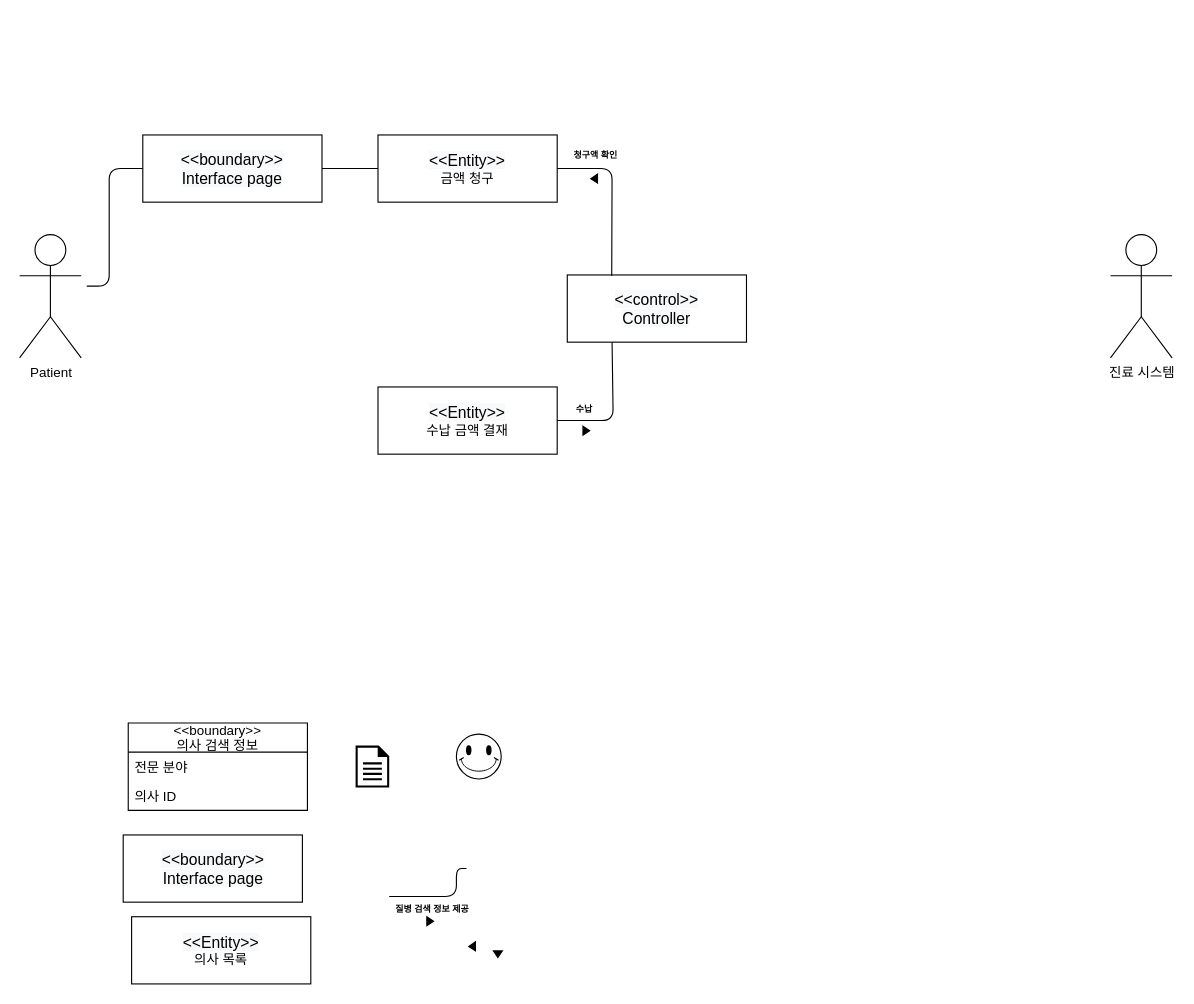
Above: patient/02.domainmodel/domain_model-UC4.drawio in yhb1834/Smart-Health-Prediction-System (draw.io), before the change. Source tidied: cells renumbered, new cells numbered last; positions are measured from the earlier drawing's top-left corner, leaving out a move shared by most shapes. Both pictures are drawn from the tidied source at 112%, with x=0, y=0 at pixel (19, 134).
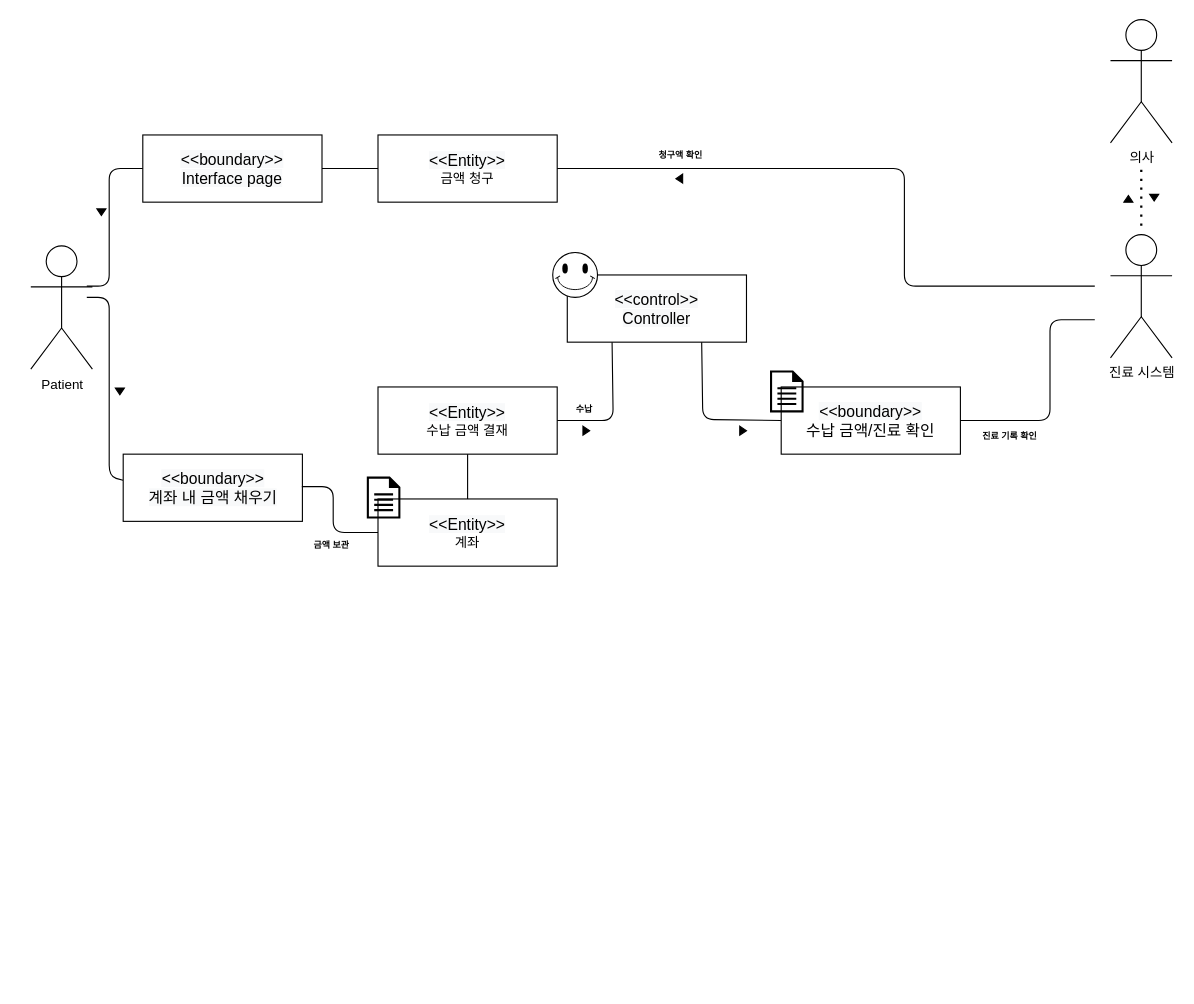
The same diagram, later.

The change refers to these unchanged cells:
```xml
<mxCell id="4" value="&#10;&#10;&lt;span style=&quot;color: rgb(0, 0, 0); font-family: helvetica; font-size: 14px; font-style: normal; font-weight: 400; letter-spacing: normal; text-align: center; text-indent: 0px; text-transform: none; word-spacing: 0px; background-color: rgb(248, 249, 250); display: inline; float: none;&quot;&gt;&amp;lt;&amp;lt;control&amp;gt;&amp;gt;&lt;/span&gt;&lt;br style=&quot;padding: 0px; margin: 0px; color: rgb(0, 0, 0); font-family: helvetica; font-size: 14px; font-style: normal; font-weight: 400; letter-spacing: normal; text-align: center; text-indent: 0px; text-transform: none; word-spacing: 0px; background-color: rgb(248, 249, 250);&quot;&gt;&lt;span style=&quot;color: rgb(0, 0, 0); font-family: helvetica; font-size: 14px; font-style: normal; font-weight: 400; letter-spacing: normal; text-align: center; text-indent: 0px; text-transform: none; word-spacing: 0px; background-color: rgb(248, 249, 250); display: inline; float: none;&quot;&gt;Controller&lt;/span&gt;&#10;&#10;" style="rounded=0;whiteSpace=wrap;html=1;" parent="1" vertex="1">
  <mxGeometry x="489" y="125" width="160" height="60" as="geometry" />
</mxCell>
<mxCell id="17" value="&lt;span style=&quot;color: rgb(0 , 0 , 0) ; font-family: &amp;#34;helvetica&amp;#34; ; font-size: 14px ; font-style: normal ; font-weight: 400 ; letter-spacing: normal ; text-align: center ; text-indent: 0px ; text-transform: none ; word-spacing: 0px ; background-color: rgb(248 , 249 , 250) ; display: inline ; float: none&quot;&gt;&amp;lt;&amp;lt;Entity&amp;gt;&amp;gt;&lt;br&gt;&lt;/span&gt;금액 청구" style="rounded=0;whiteSpace=wrap;html=1;" parent="1" vertex="1">
  <mxGeometry x="320" width="160" height="60" as="geometry" />
</mxCell>
<mxCell id="20" value="&lt;span style=&quot;color: rgb(0 , 0 , 0) ; font-family: &amp;#34;helvetica&amp;#34; ; font-size: 14px ; font-style: normal ; font-weight: 400 ; letter-spacing: normal ; text-align: center ; text-indent: 0px ; text-transform: none ; word-spacing: 0px ; background-color: rgb(248 , 249 , 250) ; display: inline ; float: none&quot;&gt;&amp;lt;&amp;lt;Entity&amp;gt;&amp;gt;&lt;br&gt;&lt;/span&gt;수납 금액 결재" style="rounded=0;whiteSpace=wrap;html=1;" parent="1" vertex="1">
  <mxGeometry x="320" y="225" width="160" height="60" as="geometry" />
</mxCell>
```

The edit, as a diff of the source:
```diff
@@
-    <mxCell id="2" value="Patient" style="shape=umlActor;verticalLabelPosition=bottom;verticalAlign=top;html=1;" parent="1" vertex="1">
-      <mxGeometry y="89" width="55" height="110" as="geometry" />
+    <mxCell id="2" value="의사" style="shape=umlActor;verticalLabelPosition=bottom;verticalAlign=top;html=1;" parent="1" vertex="1">
+      <mxGeometry x="974" y="-103" width="55" height="110" as="geometry" />
     </mxCell>
@@
-    <mxCell id="5" value="&lt;span style=&quot;color: rgb(0 , 0 , 0) ; font-family: &amp;#34;helvetica&amp;#34; ; font-size: 14px ; font-style: normal ; font-weight: 400 ; letter-spacing: normal ; text-align: center ; text-indent: 0px ; text-transform: none ; word-spacing: 0px ; background-color: rgb(248 , 249 , 250) ; display: inline ; float: none&quot;&gt;&amp;lt;&amp;lt;boundary&amp;gt;&amp;gt;&lt;/span&gt;&lt;br style=&quot;padding: 0px ; margin: 0px ; color: rgb(0 , 0 , 0) ; font-family: &amp;#34;helvetica&amp;#34; ; font-size: 14px ; font-style: normal ; font-weight: 400 ; letter-spacing: normal ; text-align: center ; text-indent: 0px ; text-transform: none ; word-spacing: 0px ; background-color: rgb(248 , 249 , 250)&quot;&gt;&lt;span style=&quot;color: rgb(0 , 0 , 0) ; font-family: &amp;#34;helvetica&amp;#34; ; font-size: 14px ; font-style: normal ; font-weight: 400 ; letter-spacing: normal ; text-align: center ; text-indent: 0px ; text-transform: none ; word-spacing: 0px ; background-color: rgb(248 , 249 , 250) ; display: inline ; float: none&quot;&gt;Interface page&lt;/span&gt;" style="rounded=0;whiteSpace=wrap;html=1;" parent="1" vertex="1">
-      <mxGeometry x="92.5" y="625" width="160" height="60" as="geometry" />
-    </mxCell>
-    <mxCell id="6" style="endArrow=none;html=1;exitX=1;exitY=0.5;exitDx=0;exitDy=0;entryX=0;entryY=0.75;entryDx=0;entryDy=0;" parent="1" edge="1">
-      <mxGeometry relative="1" as="geometry">
-        <mxPoint x="330" y="680" as="sourcePoint" />
-        <mxPoint x="399" y="655" as="targetPoint" />
-        <Array as="points">
-          <mxPoint x="390" y="680" />
-          <mxPoint x="390" y="655" />
-        </Array>
-      </mxGeometry>
-    </mxCell>
-    <mxCell id="7" value="질병 검색 정보 제공" style="text;strokeColor=none;fillColor=none;align=left;verticalAlign=top;spacingLeft=4;spacingRight=4;overflow=hidden;fontSize=8;fontStyle=1;" parent="1" vertex="1">
-      <mxGeometry x="330" y="680" width="80" height="20" as="geometry" />
-    </mxCell>
-    <mxCell id="8" style="triangle;whiteSpace=wrap;html=1;fontSize=8;strokeColor=#000000;fillColor=#000000;" parent="1" vertex="1">
-      <mxGeometry x="363.6" y="698" width="6" height="8" as="geometry" />
-    </mxCell>
-    <mxCell id="9" value="&lt;&lt;boundary&gt;&gt;&#10;의사 검색 정보" style="swimlane;fontStyle=0;horizontal=1;startSize=26;fillColor=none;" parent="1" vertex="1">
-      <mxGeometry x="97" y="525" width="160" height="78" as="geometry" />
-    </mxCell>
-    <mxCell id="10" value="전문 분야" style="text;strokeColor=none;fillColor=none;align=left;verticalAlign=top;spacingLeft=4;spacingRight=4;overflow=hidden;" parent="9" vertex="1">
-      <mxGeometry y="26" width="160" height="26" as="geometry" />
-    </mxCell>
-    <mxCell id="11" value="의사 ID" style="text;strokeColor=none;fillColor=none;align=left;verticalAlign=top;spacingLeft=4;spacingRight=4;overflow=hidden;" parent="9" vertex="1">
-      <mxGeometry y="52" width="160" height="26" as="geometry" />
-    </mxCell>
-    <mxCell id="12" style="shadow=0;dashed=0;html=1;strokeColor=none;labelPosition=center;verticalLabelPosition=bottom;verticalAlign=top;align=center;fillColor=#000000;shape=mxgraph.mscae.enterprise.document;" parent="1" vertex="1">
-      <mxGeometry x="300" y="545.2" width="30" height="37.5" as="geometry" />
-    </mxCell>
-    <mxCell id="13" style="verticalLabelPosition=bottom;verticalAlign=top;html=1;shape=mxgraph.basic.smiley;" parent="1" vertex="1">
-      <mxGeometry x="390" y="535" width="40" height="40" as="geometry" />
-    </mxCell>
-    <mxCell id="14" value="&lt;span style=&quot;color: rgb(0 , 0 , 0) ; font-family: &amp;#34;helvetica&amp;#34; ; font-size: 14px ; font-style: normal ; font-weight: 400 ; letter-spacing: normal ; text-align: center ; text-indent: 0px ; text-transform: none ; word-spacing: 0px ; background-color: rgb(248 , 249 , 250) ; display: inline ; float: none&quot;&gt;&amp;lt;&amp;lt;Entity&amp;gt;&amp;gt;&lt;br&gt;&lt;/span&gt;의사 목록" style="rounded=0;whiteSpace=wrap;html=1;" parent="1" vertex="1">
-      <mxGeometry x="100" y="698" width="160" height="60" as="geometry" />
-    </mxCell>
-    <mxCell id="15" style="triangle;whiteSpace=wrap;html=1;fontSize=8;strokeColor=#000000;fillColor=#000000;rotation=90;" parent="1" vertex="1">
-      <mxGeometry x="424" y="727.5" width="6" height="8" as="geometry" />
-    </mxCell>
-    <mxCell id="16" style="triangle;whiteSpace=wrap;html=1;fontSize=8;strokeColor=#000000;fillColor=#000000;rotation=-180;" parent="1" vertex="1">
-      <mxGeometry x="401" y="720.5" width="6" height="8" as="geometry" />
-    </mxCell>
@@
-    <mxCell id="18" style="endArrow=none;html=1;exitX=1;exitY=0.5;exitDx=0;exitDy=0;entryX=0.248;entryY=0.013;entryDx=0;entryDy=0;entryPerimeter=0;" parent="1" edge="1" source="17" target="4">
+    <mxCell id="18" style="endArrow=none;html=1;exitX=1;exitY=0.5;exitDx=0;exitDy=0;" parent="1" edge="1" source="17">
       <mxGeometry relative="1" as="geometry">
+        <mxPoint x="960" y="135" as="targetPoint" />
         <Array as="points">
-          <mxPoint x="529" y="30" />
+          <mxPoint x="790" y="30" />
+          <mxPoint x="790" y="135" />
         </Array>
       </mxGeometry>
     </mxCell>
     <mxCell id="19" style="triangle;whiteSpace=wrap;html=1;fontSize=8;strokeColor=#000000;fillColor=#000000;rotation=-180;" parent="1" vertex="1">
-      <mxGeometry x="510" y="35" width="6" height="8" as="geometry" />
+      <mxGeometry x="586" y="35" width="6" height="8" as="geometry" />
     </mxCell>
@@
     <mxCell id="24" value="청구액 확인" style="text;strokeColor=none;fillColor=none;align=left;verticalAlign=top;spacingLeft=4;spacingRight=4;overflow=hidden;fontSize=8;fontStyle=1;" parent="1" vertex="1">
-      <mxGeometry x="489" y="7" width="53" height="20" as="geometry" />
+      <mxGeometry x="565" y="7" width="53" height="20" as="geometry" />
     </mxCell>
@@
+    <mxCell id="28" style="endArrow=none;html=1;entryX=0.75;entryY=1;entryDx=0;entryDy=0;exitX=0;exitY=0.5;exitDx=0;exitDy=0;" parent="1" edge="1" source="29" target="4">
+      <mxGeometry relative="1" as="geometry">
+        <Array as="points">
+          <mxPoint x="610" y="254" />
+        </Array>
+      </mxGeometry>
+    </mxCell>
+    <mxCell id="29" value="&lt;span style=&quot;color: rgb(0 , 0 , 0) ; font-family: &amp;#34;helvetica&amp;#34; ; font-size: 14px ; font-style: normal ; font-weight: 400 ; letter-spacing: normal ; text-align: center ; text-indent: 0px ; text-transform: none ; word-spacing: 0px ; background-color: rgb(248 , 249 , 250) ; display: inline ; float: none&quot;&gt;&amp;lt;&amp;lt;boundary&amp;gt;&amp;gt;&lt;/span&gt;&lt;br style=&quot;padding: 0px ; margin: 0px ; color: rgb(0 , 0 , 0) ; font-family: &amp;#34;helvetica&amp;#34; ; font-size: 14px ; font-style: normal ; font-weight: 400 ; letter-spacing: normal ; text-align: center ; text-indent: 0px ; text-transform: none ; word-spacing: 0px ; background-color: rgb(248 , 249 , 250)&quot;&gt;&lt;font face=&quot;helvetica&quot;&gt;&lt;span style=&quot;font-size: 14px&quot;&gt;수납 금액/진료 확인&lt;/span&gt;&lt;/font&gt;" style="rounded=0;whiteSpace=wrap;html=1;" parent="1" vertex="1">
+      <mxGeometry x="680" y="225" width="160" height="60" as="geometry" />
+    </mxCell>
+    <mxCell id="30" style="triangle;whiteSpace=wrap;html=1;fontSize=8;strokeColor=#000000;fillColor=#000000;" parent="1" vertex="1">
+      <mxGeometry x="643" y="260" width="6" height="8" as="geometry" />
+    </mxCell>
+    <mxCell id="31" style="endArrow=none;html=1;entryX=1;entryY=0.5;entryDx=0;entryDy=0;" parent="1" edge="1" target="29">
+      <mxGeometry relative="1" as="geometry">
+        <mxPoint x="960" y="165" as="sourcePoint" />
+        <Array as="points">
+          <mxPoint x="920" y="165" />
+          <mxPoint x="920" y="255" />
+        </Array>
+      </mxGeometry>
+    </mxCell>
+    <mxCell id="32" value="진료 기록 확인" style="text;strokeColor=none;fillColor=none;align=left;verticalAlign=top;spacingLeft=4;spacingRight=4;overflow=hidden;fontSize=8;fontStyle=1;" parent="1" vertex="1">
+      <mxGeometry x="854" y="258" width="80" height="20" as="geometry" />
+    </mxCell>
+    <mxCell id="33" value="&lt;span style=&quot;color: rgb(0 , 0 , 0) ; font-family: &amp;#34;helvetica&amp;#34; ; font-size: 14px ; font-style: normal ; font-weight: 400 ; letter-spacing: normal ; text-align: center ; text-indent: 0px ; text-transform: none ; word-spacing: 0px ; background-color: rgb(248 , 249 , 250) ; display: inline ; float: none&quot;&gt;&amp;lt;&amp;lt;Entity&amp;gt;&amp;gt;&lt;br&gt;&lt;/span&gt;계좌" style="rounded=0;whiteSpace=wrap;html=1;" parent="1" vertex="1">
+      <mxGeometry x="320" y="325" width="160" height="60" as="geometry" />
+    </mxCell>
+    <mxCell id="34" style="endArrow=none;html=1;exitX=0.5;exitY=0;exitDx=0;exitDy=0;entryX=0.5;entryY=1;entryDx=0;entryDy=0;" parent="1" edge="1" source="33" target="20">
+      <mxGeometry relative="1" as="geometry" />
+    </mxCell>
+    <mxCell id="35" value="&lt;span style=&quot;color: rgb(0 , 0 , 0) ; font-family: &amp;#34;helvetica&amp;#34; ; font-size: 14px ; font-style: normal ; font-weight: 400 ; letter-spacing: normal ; text-align: center ; text-indent: 0px ; text-transform: none ; word-spacing: 0px ; background-color: rgb(248 , 249 , 250) ; display: inline ; float: none&quot;&gt;&amp;lt;&amp;lt;boundary&amp;gt;&amp;gt;&lt;/span&gt;&lt;br style=&quot;padding: 0px ; margin: 0px ; color: rgb(0 , 0 , 0) ; font-family: &amp;#34;helvetica&amp;#34; ; font-size: 14px ; font-style: normal ; font-weight: 400 ; letter-spacing: normal ; text-align: center ; text-indent: 0px ; text-transform: none ; word-spacing: 0px ; background-color: rgb(248 , 249 , 250)&quot;&gt;&lt;span style=&quot;color: rgb(0 , 0 , 0) ; font-family: &amp;#34;helvetica&amp;#34; ; font-size: 14px ; font-style: normal ; font-weight: 400 ; letter-spacing: normal ; text-align: center ; text-indent: 0px ; text-transform: none ; word-spacing: 0px ; background-color: rgb(248 , 249 , 250) ; display: inline ; float: none&quot;&gt;계좌 내 금액 채우기&lt;/span&gt;" style="rounded=0;whiteSpace=wrap;html=1;" parent="1" vertex="1">
+      <mxGeometry x="92.5" y="285" width="160" height="60" as="geometry" />
+    </mxCell>
+    <mxCell id="36" style="endArrow=none;html=1;entryX=0;entryY=0.5;entryDx=0;entryDy=0;" parent="1" edge="1" target="33">
+      <mxGeometry relative="1" as="geometry">
+        <mxPoint x="252" y="314" as="sourcePoint" />
+        <Array as="points">
+          <mxPoint x="280" y="314" />
+          <mxPoint x="280" y="355" />
+        </Array>
+      </mxGeometry>
+    </mxCell>
+    <mxCell id="37" value="금액 보관" style="text;strokeColor=none;fillColor=none;align=left;verticalAlign=top;spacingLeft=4;spacingRight=4;overflow=hidden;fontSize=8;fontStyle=1;" parent="1" vertex="1">
+      <mxGeometry x="257" y="355" width="53" height="20" as="geometry" />
+    </mxCell>
+    <mxCell id="38" style="endArrow=none;html=1;exitX=-0.001;exitY=0.388;exitDx=0;exitDy=0;exitPerimeter=0;" parent="1" edge="1" source="35">
+      <mxGeometry relative="1" as="geometry">
+        <mxPoint x="60" y="145" as="targetPoint" />
+        <Array as="points">
+          <mxPoint x="80" y="305" />
+          <mxPoint x="80" y="145" />
+        </Array>
+      </mxGeometry>
+    </mxCell>
+    <mxCell id="39" style="triangle;whiteSpace=wrap;html=1;fontSize=8;strokeColor=#000000;fillColor=#000000;rotation=90;" parent="1" vertex="1">
+      <mxGeometry x="86.5" y="225" width="6" height="8" as="geometry" />
+    </mxCell>
+    <mxCell id="40" style="triangle;whiteSpace=wrap;html=1;fontSize=8;strokeColor=#000000;fillColor=#000000;rotation=90;" parent="1" vertex="1">
+      <mxGeometry x="70" y="65" width="6" height="8" as="geometry" />
+    </mxCell>
+    <mxCell id="41" style="verticalLabelPosition=bottom;verticalAlign=top;html=1;shape=mxgraph.basic.smiley;" parent="1" vertex="1">
+      <mxGeometry x="476" y="105" width="40" height="40" as="geometry" />
+    </mxCell>
+    <mxCell id="42" style="shadow=0;dashed=0;html=1;strokeColor=none;labelPosition=center;verticalLabelPosition=bottom;verticalAlign=top;align=center;fillColor=#000000;shape=mxgraph.mscae.enterprise.document;" parent="1" vertex="1">
+      <mxGeometry x="310" y="305" width="30" height="37.5" as="geometry" />
+    </mxCell>
+    <mxCell id="43" style="shadow=0;dashed=0;html=1;strokeColor=none;labelPosition=center;verticalLabelPosition=bottom;verticalAlign=top;align=center;fillColor=#000000;shape=mxgraph.mscae.enterprise.document;" parent="1" vertex="1">
+      <mxGeometry x="670" y="210.2" width="30" height="37.5" as="geometry" />
+    </mxCell>
+    <mxCell id="44" value="Patient" style="shape=umlActor;verticalLabelPosition=bottom;verticalAlign=top;html=1;" parent="1" vertex="1">
+      <mxGeometry x="10" y="99" width="55" height="110" as="geometry" />
+    </mxCell>
+    <mxCell id="45" style="endArrow=none;dashed=1;html=1;dashPattern=1 3;strokeWidth=2;" parent="1" edge="1">
+      <mxGeometry relative="1" as="geometry">
+        <mxPoint x="1001.5" y="81" as="sourcePoint" />
+        <mxPoint x="1001.5" y="31" as="targetPoint" />
+      </mxGeometry>
+    </mxCell>
+    <mxCell id="46" style="triangle;whiteSpace=wrap;html=1;fontSize=8;strokeColor=#000000;fillColor=#000000;rotation=90;" parent="1" vertex="1">
+      <mxGeometry x="1010" y="52" width="6" height="8" as="geometry" />
+    </mxCell>
+    <mxCell id="47" style="triangle;whiteSpace=wrap;html=1;fontSize=8;strokeColor=#000000;fillColor=#000000;rotation=-90;" parent="1" vertex="1">
+      <mxGeometry x="987" y="53" width="6" height="8" as="geometry" />
+    </mxCell>
```
